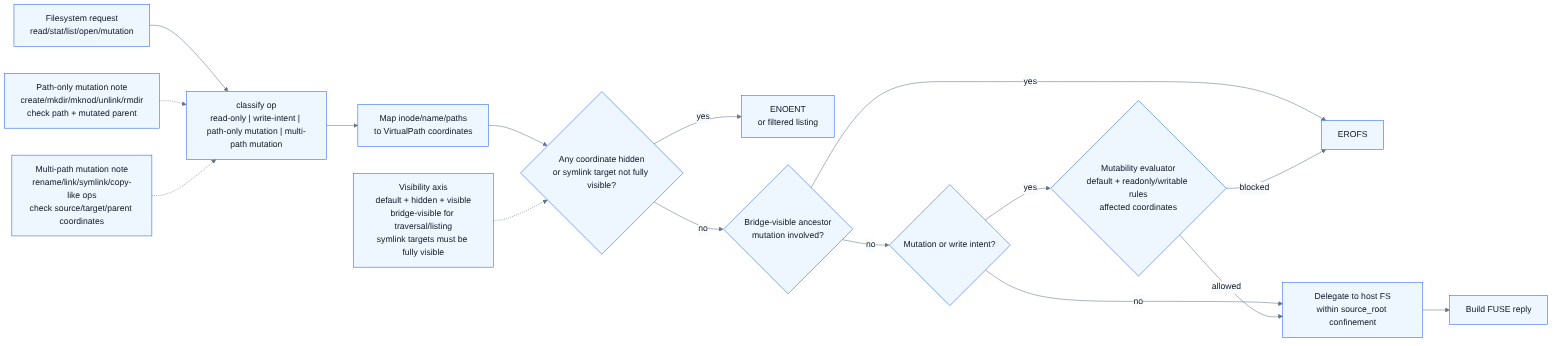
Before: docs/diagrams/request-decision-flow.png, a diagram exported from Mermaid (spi-ca/screenfs). Its source is kept beside it as docs/diagrams/request-decision-flow.mmd.
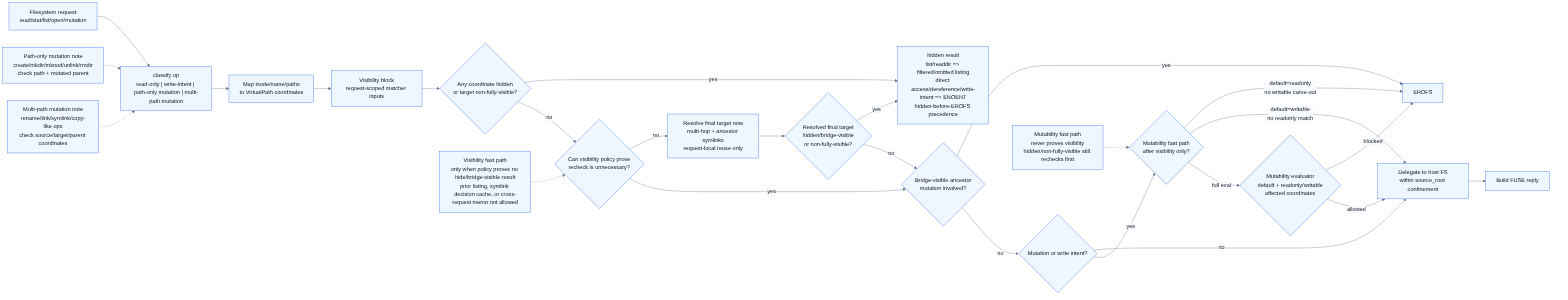
Above is the later version.

What changed in the source:
```diff
@@ -1,17 +1,27 @@
 flowchart LR
     req["Filesystem request\nread/stat/list/open/mutation"] --> classify["classify op\nread-only | write-intent | path-only mutation | multi-path mutation"]
     classify --> map["Map inode/name/paths\nto VirtualPath coordinates"]
-    map --> visibility{"Any coordinate hidden\nor symlink target not fully visible?"}
-    visibility -- yes --> hiddenResult["ENOENT\nor filtered listing"]
-    visibility -- no --> bridge{"Bridge-visible ancestor\nmutation involved?"}
+    map --> visBlock["Visibility block\nrequest-scoped matcher inputs"]
+    visBlock --> hidden{"Any coordinate hidden\nor target non-fully-visible?"}
+    hidden -- yes --> hiddenResult["hidden result\nlist/readdir => filtered/omitted listing\ndirect access/dereference/write-intent => ENOENT\nhidden-before-EROFS precedence"]
+    hidden -- no --> visFast{"Can visibility policy prove\nrecheck is unnecessary?"}
+    visFast -- no --> resolve["Resolve final target now\nmulti-hop + ancestor symlinks\nrequest-local reuse only"]
+    visFast -- yes --> bridge{"Bridge-visible ancestor\nmutation involved?"}
+    resolve --> resolvedVis{"Resolved final target\nhidden/bridge-visible\nor non-fully-visible?"}
+    resolvedVis -- yes --> hiddenResult
+    resolvedVis -- no --> bridge
     bridge -- yes --> roResult["EROFS"]
     bridge -- no --> op{"Mutation or write intent?"}
     op -- no --> delegate["Delegate to host FS\nwithin source_root confinement"]
-    op -- yes --> policy{"Mutability evaluator\ndefault + readonly/writable rules\naffected coordinates"}
+    op -- yes --> mutFast{"Mutability fast path\nafter visibility only?"}
+    mutFast -- "default=readonly\nno writable carve-out" --> roResult
+    mutFast -- "default=writable\nno readonly match" --> delegate
+    mutFast -- full eval --> policy{"Mutability evaluator\ndefault + readonly/writable\naffected coordinates"}
     policy -- blocked --> roResult
     policy -- allowed --> delegate
     delegate --> reply["Build FUSE reply"]
 
-    visibilityNote["Visibility axis\ndefault + hidden + visible\nbridge-visible for traversal/listing\nsymlink targets must be fully visible"] -.-> visibility
+    visibilityNote["Visibility fast path\nonly when policy proves no hide/bridge-visible result\nprior listing, symlink decision cache, or cross-request memo not allowed"] -.-> visFast
+    mutabilityNote["Mutability fast path\nnever proves visibility\nhidden/non-fully-visible still rechecks first"] -.-> mutFast
     pathOnly["Path-only mutation note\ncreate/mkdir/mknod/unlink/rmdir\ncheck path + mutated parent"] -.-> classify
     multi["Multi-path mutation note\nrename/link/symlink/copy-like ops\ncheck source/target/parent coordinates"] -.-> classify
```
